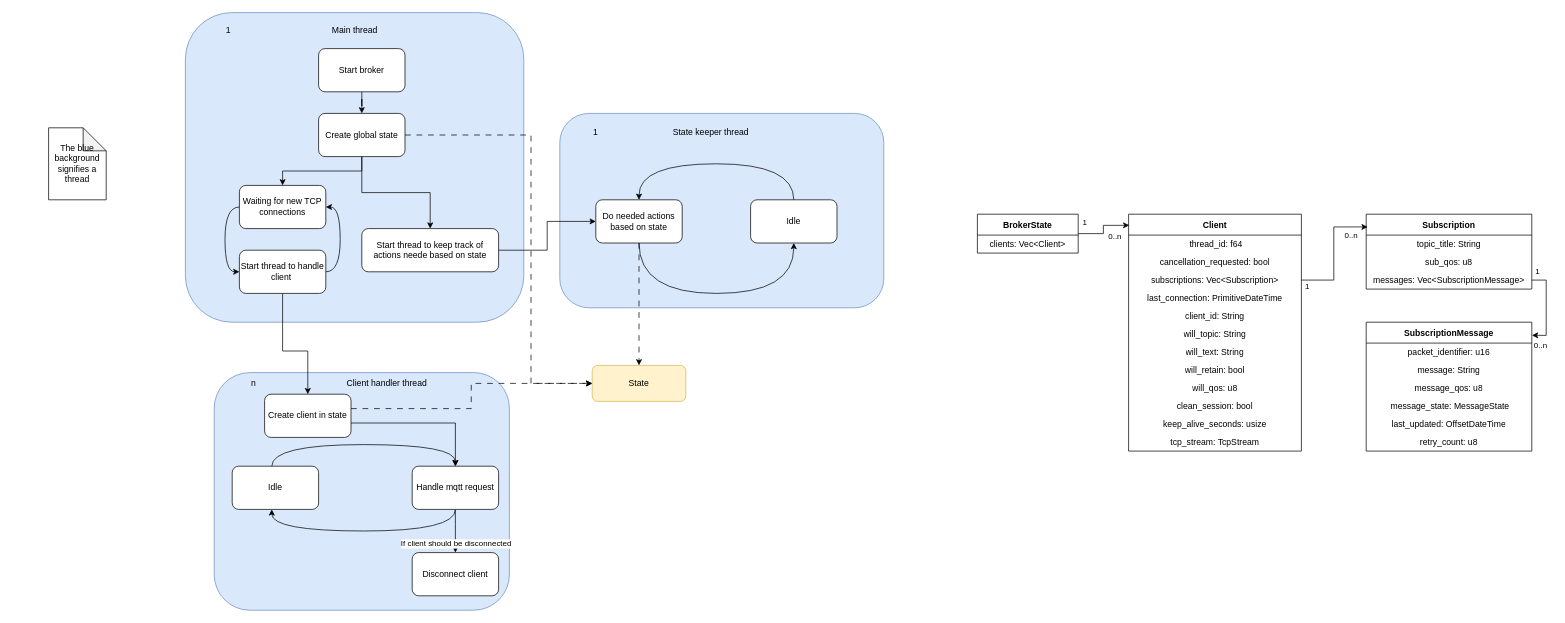
The draw.io diagram Docs/StateDiagram.drawio in DanielVuust/mqtt_broker, before the edit. Source tidied: cells renumbered, new cells numbered last; positions are measured from the earlier drawing's top-left corner, leaving out a move shared by most shapes. Both pictures are drawn from the tidied source at 72%, with x=0, y=0 at pixel (48, 12).
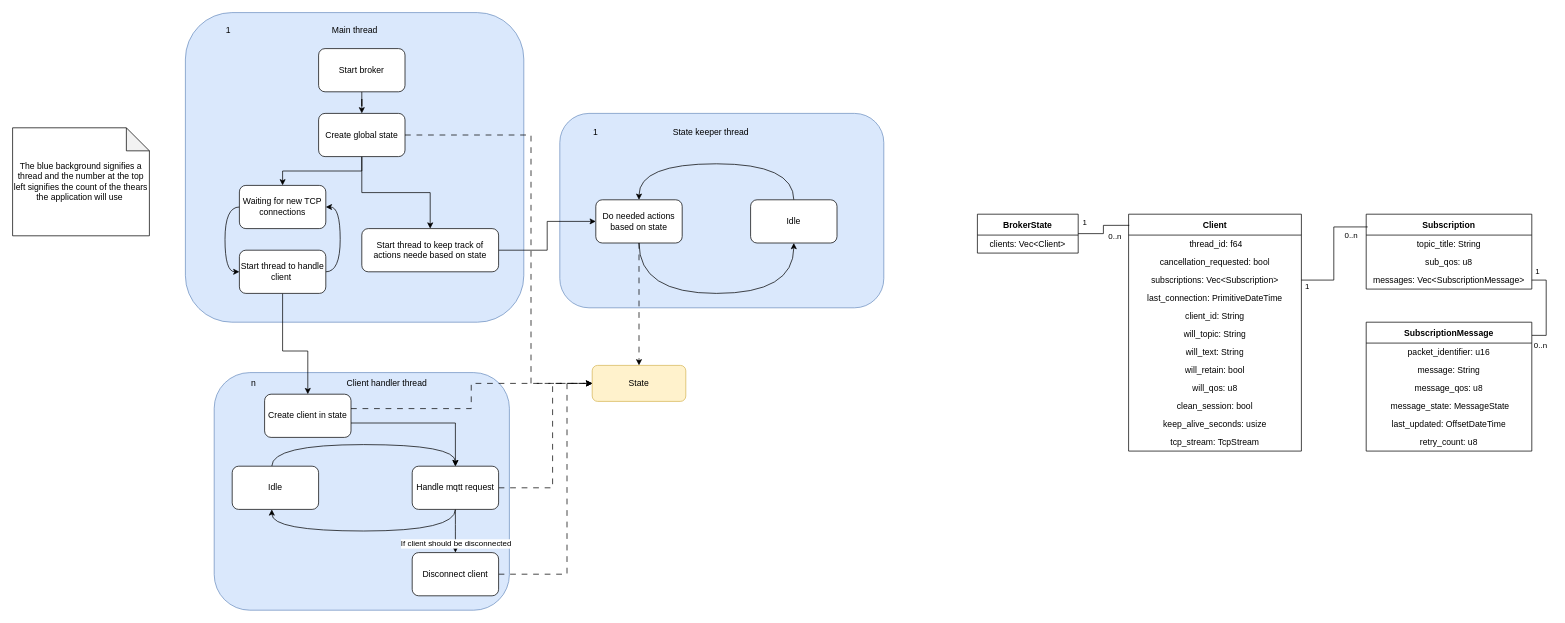
After the change.

Unchanged cells that the change refers to:
```xml
<mxCell id="13" value="Handle mqtt request" style="rounded=1;whiteSpace=wrap;html=1;" parent="1" vertex="1">
  <mxGeometry x="505" y="630" width="120" height="60" as="geometry" />
</mxCell>
<mxCell id="17" value="Disconnect client" style="rounded=1;whiteSpace=wrap;html=1;" parent="1" vertex="1">
  <mxGeometry x="505" y="750" width="120" height="60" as="geometry" />
</mxCell>
<mxCell id="35" value="State" style="rounded=1;whiteSpace=wrap;html=1;fillColor=#fff2cc;strokeColor=#d6b656;" parent="1" vertex="1">
  <mxGeometry x="755" y="490" width="130" height="50" as="geometry" />
</mxCell>
<mxCell id="41" value="BrokerState" style="swimlane;fontStyle=1;align=center;verticalAlign=middle;horizontal=1;startSize=29;html=1;whiteSpace=wrap;" parent="1" vertex="1">
  <mxGeometry x="1290" y="280" width="140" height="54" as="geometry" />
</mxCell>
<mxCell id="43" value="Client" style="swimlane;fontStyle=1;align=center;verticalAlign=middle;horizontal=1;startSize=29;html=1;whiteSpace=wrap;" parent="1" vertex="1">
  <mxGeometry x="1500" y="280" width="240" height="329" as="geometry" />
</mxCell>
<mxCell id="46" value="subscriptions: Vec&amp;lt;Subscription&amp;gt;" style="text;html=1;strokeColor=none;fillColor=none;align=center;verticalAlign=middle;spacingLeft=4;spacingRight=4;overflow=hidden;points=[[0,0.5],[1,0.5]];portConstraint=eastwest;whiteSpace=wrap;" parent="43" vertex="1">
  <mxGeometry y="79" width="240" height="25" as="geometry" />
</mxCell>
<mxCell id="59" value="Subscription" style="swimlane;fontStyle=1;align=center;verticalAlign=middle;horizontal=1;startSize=29;html=1;whiteSpace=wrap;" parent="1" vertex="1">
  <mxGeometry x="1830" y="280" width="230" height="104" as="geometry" />
</mxCell>
<mxCell id="62" value="messages: Vec&amp;lt;SubscriptionMessage&amp;gt;" style="text;html=1;strokeColor=none;fillColor=none;align=center;verticalAlign=middle;spacingLeft=4;spacingRight=4;overflow=hidden;points=[[0,0.5],[1,0.5]];portConstraint=eastwest;whiteSpace=wrap;" parent="59" vertex="1">
  <mxGeometry y="79" width="230" height="25" as="geometry" />
</mxCell>
<mxCell id="63" value="SubscriptionMessage" style="swimlane;fontStyle=1;align=center;verticalAlign=middle;horizontal=1;startSize=29;html=1;whiteSpace=wrap;" parent="1" vertex="1">
  <mxGeometry x="1830" y="430" width="230" height="179" as="geometry" />
</mxCell>
```

The edit, as a diff of the source:
```diff
@@
-    <mxCell id="9" value="The blue background signifies a thread&lt;br&gt;" style="shape=note;whiteSpace=wrap;html=1;backgroundOutline=1;darkOpacity=0.05;size=32;" parent="1" vertex="1">
-      <mxGeometry y="160" width="80" height="100" as="geometry" />
+    <mxCell id="9" value="The blue background signifies a thread and the number at the top left signifies the count of the thears the application will use&amp;nbsp;" style="shape=note;whiteSpace=wrap;html=1;backgroundOutline=1;darkOpacity=0.05;size=32;" parent="1" vertex="1">
+      <mxGeometry x="-50" y="160" width="190" height="150" as="geometry" />
     </mxCell>
@@
+    <mxCell id="76" style="edgeStyle=orthogonalEdgeStyle;rounded=0;jettySize=auto;html=1;dashed=1;dashPattern=8 8;" parent="1" edge="1" source="13" target="35">
+      <mxGeometry relative="1" as="geometry">
+        <Array as="points">
+          <mxPoint x="700" y="660" />
+          <mxPoint x="700" y="515" />
+        </Array>
+      </mxGeometry>
+    </mxCell>
@@
+    <mxCell id="77" style="edgeStyle=orthogonalEdgeStyle;rounded=0;jettySize=auto;html=1;entryX=0;entryY=0.5;entryDx=0;entryDy=0;dashed=1;dashPattern=8 8;" parent="1" edge="1" source="17" target="35">
+      <mxGeometry relative="1" as="geometry">
+        <Array as="points">
+          <mxPoint x="720" y="780" />
+          <mxPoint x="720" y="515" />
+        </Array>
+      </mxGeometry>
+    </mxCell>
@@
-    <mxCell id="56" style="edgeStyle=orthogonalEdgeStyle;rounded=0;jettySize=auto;html=1;entryX=0.004;entryY=0.047;entryDx=0;entryDy=0;entryPerimeter=0;" parent="1" edge="1" source="41" target="43">
+    <mxCell id="56" style="edgeStyle=orthogonalEdgeStyle;rounded=0;jettySize=auto;html=1;entryX=0.004;entryY=0.047;entryDx=0;entryDy=0;entryPerimeter=0;endArrow=none;endFill=0;" parent="1" edge="1" source="41" target="43">
       <mxGeometry relative="1" as="geometry" />
     </mxCell>
@@
-    <mxCell id="70" style="edgeStyle=orthogonalEdgeStyle;rounded=0;jettySize=auto;html=1;entryX=0.009;entryY=0.17;entryDx=0;entryDy=0;entryPerimeter=0;" parent="1" edge="1" source="46" target="59">
+    <mxCell id="70" style="edgeStyle=orthogonalEdgeStyle;rounded=0;jettySize=auto;html=1;entryX=0.009;entryY=0.17;entryDx=0;entryDy=0;entryPerimeter=0;endArrow=none;endFill=0;" parent="1" edge="1" source="46" target="59">
       <mxGeometry relative="1" as="geometry" />
     </mxCell>
@@
-    <mxCell id="73" style="edgeStyle=orthogonalEdgeStyle;rounded=0;jettySize=auto;html=1;entryX=1.001;entryY=0.102;entryDx=0;entryDy=0;entryPerimeter=0;exitX=1;exitY=0.5;exitDx=0;exitDy=0;" parent="1" edge="1" source="62" target="63">
+    <mxCell id="73" style="edgeStyle=orthogonalEdgeStyle;rounded=0;jettySize=auto;html=1;entryX=1.001;entryY=0.102;entryDx=0;entryDy=0;entryPerimeter=0;exitX=1;exitY=0.5;exitDx=0;exitDy=0;endArrow=none;endFill=0;" parent="1" edge="1" source="62" target="63">
       <mxGeometry relative="1" as="geometry" />
     </mxCell>
```
